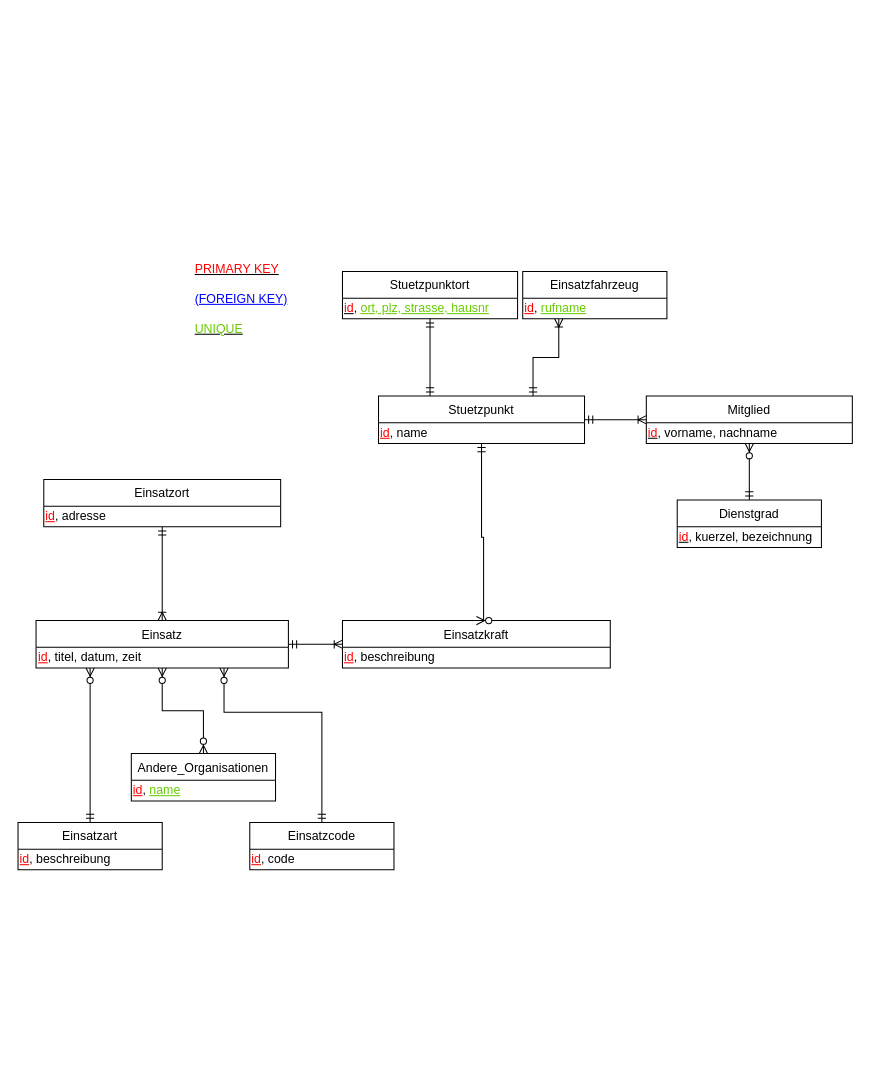
htl-thalerc/FVisual keeps this draw.io diagram as FVisual_Documentation/Datamodels/LM/LM_V4.drawio. Above is the earlier version. Source tidied: cells renumbered, new cells numbered last; positions are measured from the earlier drawing's top-left corner, leaving out a move shared by most shapes. Both pictures are drawn from the tidied source at 103%, with x=0, y=0 at pixel (18, 214).
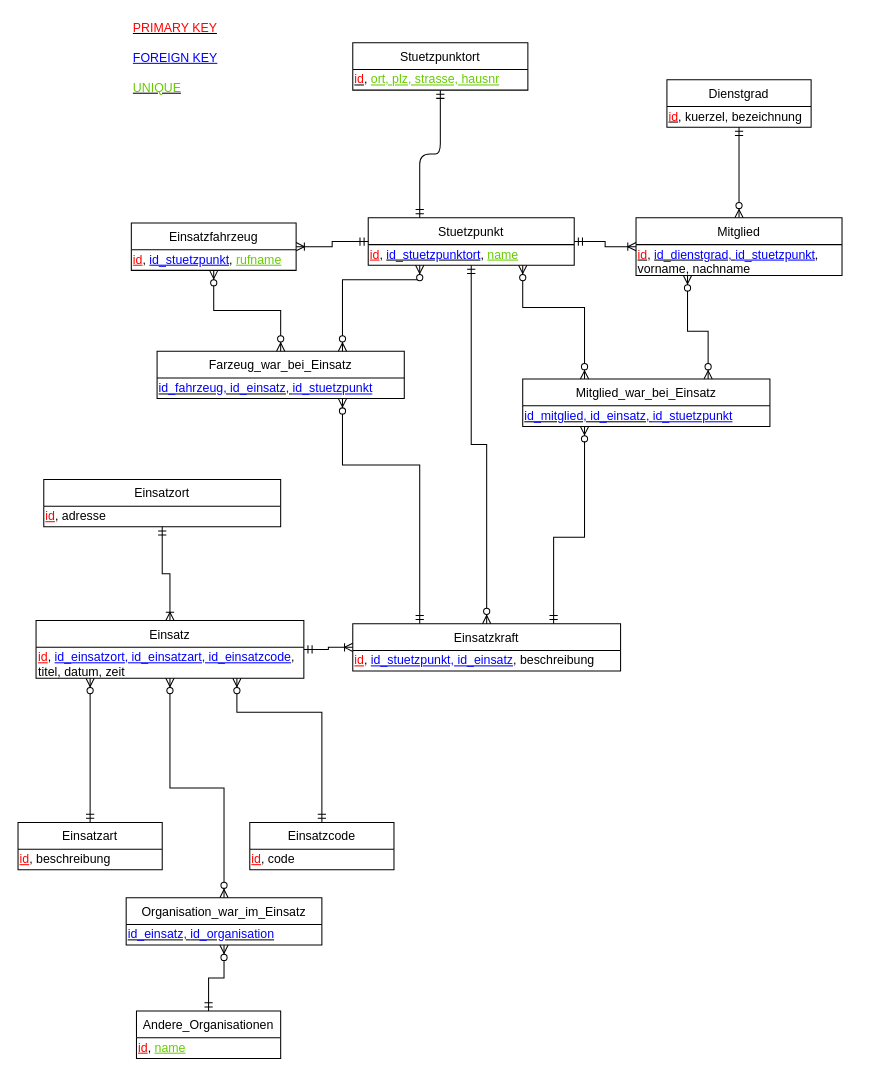
After the change.

Commit message (it also covers changes not shown here):
Updated Logisches Modell

Unchanged cells that the change refers to:
```xml
<mxCell id="14" value="Einsatzcode" style="swimlane;fontStyle=0;horizontal=1;startSize=26;fillColor=none;" parent="1" vertex="1">
  <mxGeometry x="225" y="590" width="140" height="46" as="geometry" />
</mxCell>
```

What changed in the source:
```diff
@@
     <mxCell id="2" value="Dienstgrad" style="swimlane;fontStyle=0;horizontal=1;startSize=26;fillColor=none;" parent="1" vertex="1">
-      <mxGeometry x="640" y="277" width="140" height="46" as="geometry" />
+      <mxGeometry x="630" y="-131" width="140" height="46" as="geometry" />
     </mxCell>
@@
     <mxCell id="6" value="Stuetzpunktort" style="swimlane;fontStyle=0;horizontal=1;startSize=26;fillColor=none;" parent="1" vertex="1">
-      <mxGeometry x="315" y="55" width="170" height="46" as="geometry" />
+      <mxGeometry x="325" y="-167" width="170" height="46" as="geometry" />
     </mxCell>
@@
     <mxCell id="8" value="Stuetzpunkt" style="swimlane;fontStyle=0;horizontal=1;startSize=26;fillColor=none;" parent="1" vertex="1">
-      <mxGeometry x="350" y="176" width="200" height="46" as="geometry" />
+      <mxGeometry x="340" y="3" width="200" height="46" as="geometry" />
     </mxCell>
-    <mxCell id="9" value="&lt;font color=&quot;#ff0000&quot;&gt;&lt;u&gt;id&lt;/u&gt;&lt;/font&gt;, name" style="text;html=1;align=left;verticalAlign=top;spacingTop=-4;" parent="8" vertex="1">
+    <mxCell id="9" value="&lt;font color=&quot;#ff0000&quot;&gt;&lt;u&gt;id&lt;/u&gt;&lt;/font&gt;, &lt;u&gt;&lt;font color=&quot;#0000ff&quot;&gt;id_stuetzpunktort&lt;/font&gt;&lt;/u&gt;, &lt;font color=&quot;#66cc00&quot;&gt;&lt;u&gt;name&lt;/u&gt;&lt;/font&gt;" style="text;html=1;align=left;verticalAlign=top;spacingTop=-4;" parent="8" vertex="1">
       <mxGeometry y="26" width="200" height="20" as="geometry" />
     </mxCell>
     <mxCell id="10" value="Einsatzfahrzeug" style="swimlane;fontStyle=0;horizontal=1;startSize=26;fillColor=none;" parent="1" vertex="1">
-      <mxGeometry x="490" y="55" width="140" height="46" as="geometry" />
+      <mxGeometry x="110" y="8" width="160" height="46" as="geometry" />
     </mxCell>
-    <mxCell id="11" value="&lt;font color=&quot;#ff0000&quot;&gt;&lt;u&gt;id&lt;/u&gt;&lt;/font&gt;, &lt;font color=&quot;#66cc00&quot;&gt;&lt;u&gt;rufname&lt;/u&gt;&lt;/font&gt;" style="text;html=1;points=[];align=left;verticalAlign=top;spacingTop=-4;" parent="10" vertex="1">
-      <mxGeometry y="26" width="140" height="20" as="geometry" />
+    <mxCell id="11" value="&lt;font color=&quot;#ff0000&quot;&gt;&lt;u&gt;id&lt;/u&gt;&lt;/font&gt;, &lt;font color=&quot;#0000ff&quot;&gt;&lt;u&gt;id_stuetzpunkt&lt;/u&gt;&lt;/font&gt;,&amp;nbsp;&lt;font color=&quot;#66cc00&quot;&gt;&lt;u&gt;rufname&lt;/u&gt;&lt;/font&gt;" style="text;html=1;points=[];align=left;verticalAlign=top;spacingTop=-4;" parent="10" vertex="1">
+      <mxGeometry y="26" width="160" height="20" as="geometry" />
     </mxCell>
     <mxCell id="12" value="Einsatzkraft" style="swimlane;fontStyle=0;horizontal=1;startSize=26;fillColor=none;" parent="1" vertex="1">
-      <mxGeometry x="315" y="394" width="260" height="46" as="geometry" />
+      <mxGeometry x="325" y="397" width="260" height="46" as="geometry" />
     </mxCell>
-    <mxCell id="13" value="&lt;font color=&quot;#ff0000&quot;&gt;&lt;u&gt;id&lt;/u&gt;&lt;/font&gt;, beschreibung" style="text;html=1;align=left;verticalAlign=top;spacingTop=-4;" parent="12" vertex="1">
+    <mxCell id="13" value="&lt;font color=&quot;#ff0000&quot;&gt;&lt;u&gt;id&lt;/u&gt;&lt;/font&gt;, &lt;font color=&quot;#0000ff&quot;&gt;&lt;u&gt;id_stuetzpunkt, id_einsatz&lt;/u&gt;&lt;/font&gt;, beschreibung" style="text;html=1;align=left;verticalAlign=top;spacingTop=-4;" parent="12" vertex="1">
       <mxGeometry y="26" width="260" height="20" as="geometry" />
     </mxCell>
@@
     <mxCell id="16" value="Einsatz" style="swimlane;fontStyle=0;horizontal=1;startSize=26;fillColor=none;" parent="1" vertex="1">
-      <mxGeometry x="17.5" y="394" width="245" height="46" as="geometry" />
+      <mxGeometry x="17.5" y="394" width="260" height="56" as="geometry" />
     </mxCell>
-    <mxCell id="17" value="&lt;font color=&quot;#ff0000&quot;&gt;&lt;u&gt;id&lt;/u&gt;&lt;/font&gt;, titel, datum, zeit" style="text;html=1;align=left;verticalAlign=top;spacingTop=-4;" parent="16" vertex="1">
-      <mxGeometry y="26" width="245" height="20" as="geometry" />
+    <mxCell id="17" value="&lt;font color=&quot;#ff0000&quot;&gt;&lt;u&gt;id&lt;/u&gt;&lt;/font&gt;, &lt;font color=&quot;#0000ff&quot;&gt;&lt;u&gt;id_einsatzort, id_einsatzart, id_einsatzcode&lt;/u&gt;&lt;/font&gt;,&lt;br&gt;titel, datum, zeit" style="text;html=1;align=left;verticalAlign=top;spacingTop=-4;" parent="16" vertex="1">
+      <mxGeometry y="26" width="260" height="30" as="geometry" />
     </mxCell>
@@
     <mxCell id="20" value="Mitglied" style="swimlane;fontStyle=0;horizontal=1;startSize=26;fillColor=none;" parent="1" vertex="1">
-      <mxGeometry x="610" y="176" width="200" height="46" as="geometry" />
+      <mxGeometry x="600" y="3" width="200" height="56" as="geometry" />
     </mxCell>
-    <mxCell id="21" value="&lt;u&gt;&lt;font color=&quot;#ff0000&quot;&gt;id&lt;/font&gt;&lt;/u&gt;, vorname, nachname" style="text;html=1;align=left;verticalAlign=top;spacingTop=-4;" parent="20" vertex="1">
-      <mxGeometry y="26" width="200" height="20" as="geometry" />
+    <mxCell id="21" value="&lt;u&gt;&lt;font color=&quot;#ff0000&quot;&gt;id&lt;/font&gt;&lt;/u&gt;, &lt;u&gt;&lt;font color=&quot;#0000ff&quot;&gt;id_dienstgrad,&amp;nbsp;&lt;/font&gt;&lt;/u&gt;&lt;u style=&quot;color: rgb(0 , 0 , 255)&quot;&gt;id_stuetzpunkt&lt;/u&gt;, &lt;br&gt;vorname, nachname" style="text;html=1;align=left;verticalAlign=top;spacingTop=-4;" parent="20" vertex="1">
+      <mxGeometry y="26" width="200" height="30" as="geometry" />
     </mxCell>
@@
-    <mxCell id="23" style="edgeStyle=orthogonalEdgeStyle;rounded=0;jettySize=auto;html=1;startArrow=ERmandOne;startFill=0;endArrow=ERzeroToMany;endFill=1;exitX=0.5;exitY=0;exitDx=0;exitDy=0;" parent="1" edge="1" source="14">
+    <mxCell id="23" style="edgeStyle=orthogonalEdgeStyle;rounded=0;jettySize=auto;html=1;startArrow=ERmandOne;startFill=0;endArrow=ERzeroToMany;endFill=1;exitX=0.5;exitY=0;exitDx=0;exitDy=0;entryX=0.75;entryY=1;entryDx=0;entryDy=0;" parent="1" edge="1" source="14" target="16">
       <mxGeometry relative="1" as="geometry">
-        <mxPoint x="200" y="440" as="targetPoint" />
         <Array as="points">
           <mxPoint x="295" y="483" />
-          <mxPoint x="200" y="483" />
+          <mxPoint x="213" y="483" />
         </Array>
       </mxGeometry>
     </mxCell>
@@
     <mxCell id="26" style="edgeStyle=orthogonalEdgeStyle;rounded=0;jettySize=auto;html=1;startArrow=ERmandOne;startFill=0;endArrow=ERzeroToMany;endFill=1;entryX=0.5;entryY=0;entryDx=0;entryDy=0;" parent="1" edge="1" source="8" target="12">
-      <mxGeometry relative="1" as="geometry">
-        <Array as="points">
-          <mxPoint x="450" y="313" />
-          <mxPoint x="452" y="313" />
-        </Array>
-      </mxGeometry>
+      <mxGeometry relative="1" as="geometry" />
     </mxCell>
@@
-    <mxCell id="28" style="edgeStyle=orthogonalEdgeStyle;rounded=0;jettySize=auto;html=1;exitX=0.25;exitY=1;exitDx=0;exitDy=0;startArrow=ERoneToMany;startFill=0;sourcePerimeterSpacing=5;endArrow=ERmandOne;endFill=0;targetPerimeterSpacing=5;strokeColor=#000000;entryX=0.75;entryY=0;entryDx=0;entryDy=0;" parent="1" edge="1" source="10" target="8">
+    <mxCell id="28" style="edgeStyle=orthogonalEdgeStyle;rounded=0;jettySize=auto;html=1;startArrow=ERoneToMany;startFill=0;sourcePerimeterSpacing=5;endArrow=ERmandOne;endFill=0;targetPerimeterSpacing=5;strokeColor=#000000;entryX=0;entryY=0.5;entryDx=0;entryDy=0;exitX=1;exitY=0.5;exitDx=0;exitDy=0;" parent="1" edge="1" source="10" target="8">
       <mxGeometry relative="1" as="geometry" />
     </mxCell>
@@
-    <mxCell id="30" style="fontSize=12;html=1;endArrow=ERmandOne;startArrow=ERmandOne;exitX=0.25;exitY=0;exitDx=0;exitDy=0;" parent="1" edge="1" source="8" target="6">
+    <mxCell id="30" style="fontSize=12;html=1;endArrow=ERmandOne;startArrow=ERmandOne;exitX=0.25;exitY=0;exitDx=0;exitDy=0;edgeStyle=orthogonalEdgeStyle;" parent="1" edge="1" source="8" target="6">
       <mxGeometry relative="1" as="geometry" />
     </mxCell>
@@
     <mxCell id="32" value="Andere_Organisationen" style="swimlane;fontStyle=0;horizontal=1;startSize=26;fillColor=none;" parent="1" vertex="1">
-      <mxGeometry x="110" y="523.1" width="140" height="46" as="geometry" />
+      <mxGeometry x="115" y="773.1" width="140" height="46" as="geometry" />
     </mxCell>
@@
-    <mxCell id="34" value="&lt;u&gt;&lt;font color=&quot;#ff0000&quot;&gt;PRIMARY KEY&lt;/font&gt;&lt;/u&gt;&lt;br&gt;&lt;br&gt;&lt;font color=&quot;#0000ff&quot;&gt;&lt;u&gt;(FOREIGN KEY)&lt;/u&gt;&lt;/font&gt;&lt;br&gt;&lt;br&gt;&lt;u&gt;&lt;font color=&quot;#66cc00&quot;&gt;UNIQUE&lt;/font&gt;&lt;/u&gt;" style="text;html=1;align=left;verticalAlign=top;spacingTop=-4;" parent="1" vertex="1">
-      <mxGeometry x="170" y="43" width="110" height="70" as="geometry" />
+    <mxCell id="34" value="&lt;u&gt;&lt;font color=&quot;#ff0000&quot;&gt;PRIMARY KEY&lt;/font&gt;&lt;/u&gt;&lt;br&gt;&lt;br&gt;&lt;font color=&quot;#0000ff&quot;&gt;&lt;u&gt;FOREIGN KEY&lt;/u&gt;&lt;/font&gt;&lt;br&gt;&lt;br&gt;&lt;u&gt;&lt;font color=&quot;#66cc00&quot;&gt;UNIQUE&lt;/font&gt;&lt;/u&gt;" style="text;html=1;align=left;verticalAlign=top;spacingTop=-4;" parent="1" vertex="1">
+      <mxGeometry x="110" y="-191" width="100" height="70" as="geometry" />
     </mxCell>
-    <mxCell id="35" style="fontSize=12;html=1;endArrow=ERzeroToMany;endFill=1;startArrow=ERzeroToMany;rounded=0;exitX=0.5;exitY=1;exitDx=0;exitDy=0;edgeStyle=orthogonalEdgeStyle;" parent="1" edge="1" source="16" target="32">
+    <mxCell id="35" style="fontSize=12;html=1;endArrow=ERzeroToMany;endFill=1;startArrow=ERzeroToMany;rounded=0;exitX=0.5;exitY=1;exitDx=0;exitDy=0;edgeStyle=orthogonalEdgeStyle;entryX=0.5;entryY=0;entryDx=0;entryDy=0;" parent="1" edge="1" source="16" target="36">
       <mxGeometry relative="1" as="geometry" />
     </mxCell>
+    <mxCell id="36" value="Organisation_war_im_Einsatz" style="swimlane;fontStyle=0;horizontal=1;startSize=26;fillColor=none;" parent="1" vertex="1">
+      <mxGeometry x="105" y="663" width="190" height="46" as="geometry" />
+    </mxCell>
+    <mxCell id="37" value="&lt;u&gt;&lt;font color=&quot;#0000ff&quot;&gt;id_einsatz,&amp;nbsp;&lt;/font&gt;&lt;/u&gt;&lt;u&gt;&lt;font color=&quot;#0000ff&quot;&gt;id_organisation&lt;/font&gt;&lt;/u&gt;" style="text;html=1;align=left;verticalAlign=top;spacingTop=-4;" parent="36" vertex="1">
+      <mxGeometry y="26" width="190" height="20" as="geometry" />
+    </mxCell>
+    <mxCell id="38" style="rounded=0;jettySize=auto;html=1;startArrow=ERmandOne;startFill=0;endArrow=ERzeroToMany;endFill=1;edgeStyle=orthogonalEdgeStyle;" parent="1" edge="1" source="32" target="36">
+      <mxGeometry relative="1" as="geometry" />
+    </mxCell>
+    <mxCell id="39" value="Mitglied_war_bei_Einsatz" style="swimlane;fontStyle=0;horizontal=1;startSize=26;fillColor=none;" parent="1" vertex="1">
+      <mxGeometry x="490" y="159.5" width="240" height="46" as="geometry" />
+    </mxCell>
+    <mxCell id="40" value="&lt;u&gt;&lt;font color=&quot;#0000ff&quot;&gt;id_mitglied, id_einsatz,&amp;nbsp;&lt;/font&gt;&lt;/u&gt;&lt;u style=&quot;color: rgb(0 , 0 , 255)&quot;&gt;id_stuetzpunkt&lt;/u&gt;" style="text;html=1;align=left;verticalAlign=top;spacingTop=-4;" parent="39" vertex="1">
+      <mxGeometry y="26" width="240" height="20" as="geometry" />
+    </mxCell>
+    <mxCell id="41" value="Farzeug_war_bei_Einsatz" style="swimlane;fontStyle=0;horizontal=1;startSize=26;fillColor=none;" parent="1" vertex="1">
+      <mxGeometry x="135" y="132.5" width="240" height="46" as="geometry" />
+    </mxCell>
+    <mxCell id="42" value="&lt;u&gt;&lt;font color=&quot;#0000ff&quot;&gt;id_fahrzeug, id_einsatz,&amp;nbsp;&lt;/font&gt;&lt;/u&gt;&lt;u style=&quot;color: rgb(0 , 0 , 255)&quot;&gt;id_stuetzpunkt&lt;/u&gt;" style="text;html=1;align=left;verticalAlign=top;spacingTop=-4;" parent="41" vertex="1">
+      <mxGeometry y="26" width="240" height="20" as="geometry" />
+    </mxCell>
+    <mxCell id="43" style="fontSize=12;html=1;endArrow=ERzeroToMany;endFill=1;startArrow=ERzeroToMany;rounded=0;edgeStyle=orthogonalEdgeStyle;entryX=0.5;entryY=0;entryDx=0;entryDy=0;" parent="1" edge="1" source="11" target="41">
+      <mxGeometry relative="1" as="geometry">
+        <Array as="points">
+          <mxPoint x="190" y="93" />
+          <mxPoint x="255" y="93" />
+        </Array>
+      </mxGeometry>
+    </mxCell>
+    <mxCell id="44" style="fontSize=12;html=1;endArrow=ERzeroToMany;endFill=1;startArrow=ERzeroToMany;rounded=0;edgeStyle=orthogonalEdgeStyle;entryX=0.75;entryY=0;entryDx=0;entryDy=0;exitX=0.25;exitY=1;exitDx=0;exitDy=0;" parent="1" edge="1" source="8" target="41">
+      <mxGeometry relative="1" as="geometry">
+        <Array as="points">
+          <mxPoint x="390" y="63" />
+          <mxPoint x="315" y="63" />
+        </Array>
+      </mxGeometry>
+    </mxCell>
+    <mxCell id="45" style="edgeStyle=orthogonalEdgeStyle;rounded=0;jettySize=auto;html=1;startArrow=ERmandOne;startFill=0;endArrow=ERzeroToMany;endFill=1;exitX=0.25;exitY=0;exitDx=0;exitDy=0;entryX=0.75;entryY=1;entryDx=0;entryDy=0;" parent="1" edge="1" source="12" target="41">
+      <mxGeometry relative="1" as="geometry">
+        <Array as="points">
+          <mxPoint x="390" y="243" />
+          <mxPoint x="315" y="243" />
+        </Array>
+      </mxGeometry>
+    </mxCell>
+    <mxCell id="46" style="fontSize=12;html=1;endArrow=ERzeroToMany;endFill=1;startArrow=ERzeroToMany;rounded=0;edgeStyle=orthogonalEdgeStyle;entryX=0.25;entryY=0;entryDx=0;entryDy=0;exitX=0.75;exitY=1;exitDx=0;exitDy=0;" parent="1" edge="1" source="8" target="39">
+      <mxGeometry relative="1" as="geometry">
+        <Array as="points">
+          <mxPoint x="490" y="90" />
+          <mxPoint x="550" y="90" />
+        </Array>
+      </mxGeometry>
+    </mxCell>
+    <mxCell id="47" style="fontSize=12;html=1;endArrow=ERzeroToMany;endFill=1;startArrow=ERzeroToMany;rounded=0;edgeStyle=orthogonalEdgeStyle;entryX=0.75;entryY=0;entryDx=0;entryDy=0;exitX=0.25;exitY=1;exitDx=0;exitDy=0;" parent="1" edge="1" source="20" target="39">
+      <mxGeometry relative="1" as="geometry">
+        <Array as="points">
+          <mxPoint x="650" y="113" />
+          <mxPoint x="670" y="113" />
+        </Array>
+      </mxGeometry>
+    </mxCell>
+    <mxCell id="48" style="edgeStyle=orthogonalEdgeStyle;rounded=0;jettySize=auto;html=1;startArrow=ERmandOne;startFill=0;endArrow=ERzeroToMany;endFill=1;exitX=0.75;exitY=0;exitDx=0;exitDy=0;entryX=0.25;entryY=1;entryDx=0;entryDy=0;" parent="1" edge="1" source="12" target="39">
+      <mxGeometry relative="1" as="geometry">
+        <Array as="points">
+          <mxPoint x="520" y="313" />
+          <mxPoint x="550" y="313" />
+        </Array>
+      </mxGeometry>
+    </mxCell>
```
